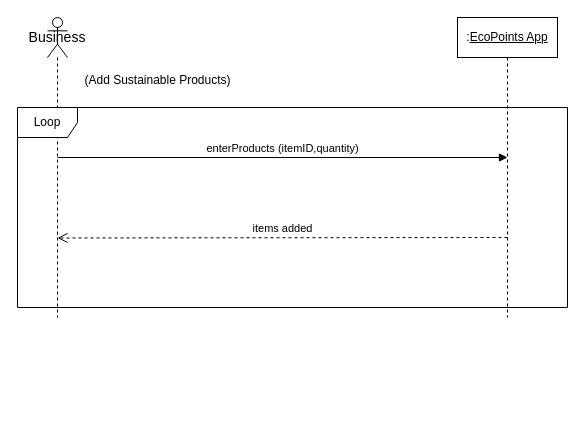
Before: Untitled Diagram.drawio in biabcp/SSD-Sustainable-Products-, a draw.io diagram. Source tidied: cells renumbered, new cells numbered last; positions are measured from the earlier drawing's top-left corner, leaving out a move shared by most shapes. Both pictures are drawn from the tidied source at 100%, with x=0, y=0 at pixel (17, 17).
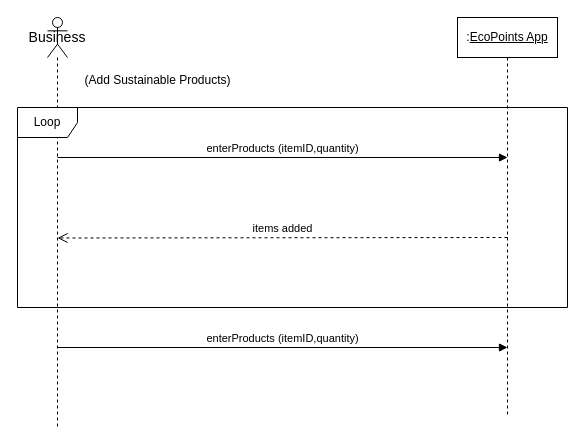
The same page after the edit.

Commit message:
Sustainable Products SSD.drawio

What changed in the source:
```diff
@@
 <mxGraphModel>
   <root>
     <mxCell id="0" />
     <mxCell id="1" parent="0" />
     <mxCell id="2" value=":&lt;u&gt;EcoPoints App&lt;/u&gt;" style="shape=umlLifeline;perimeter=lifelinePerimeter;whiteSpace=wrap;html=1;newEdgeStyle={&quot;curved&quot;:0,&quot;rounded&quot;:0};" parent="1" vertex="1">
-      <mxGeometry x="440" width="100" height="300" as="geometry" />
+      <mxGeometry x="440" width="100" height="400" as="geometry" />
     </mxCell>
     <mxCell id="3" value="&lt;font style=&quot;font-size: 14px;&quot;&gt;Business&lt;/font&gt;" style="shape=umlLifeline;perimeter=lifelinePerimeter;whiteSpace=wrap;html=1;newEdgeStyle={&quot;curved&quot;:0,&quot;rounded&quot;:0};participant=umlActor;" parent="1" vertex="1">
-      <mxGeometry x="30" width="20" height="300" as="geometry" />
+      <mxGeometry x="30" width="20" height="410" as="geometry" />
     </mxCell>
     <mxCell id="4" value="(Add Sustainable Products)" style="text;html=1;align=center;verticalAlign=middle;strokeColor=none;fillColor=none;" parent="1" vertex="1">
       <mxGeometry x="55" y="48" width="170" height="30" as="geometry" />
     </mxCell>
     <mxCell id="5" value="items added" style="html=1;verticalAlign=bottom;endArrow=open;dashed=1;endSize=8;curved=0;rounded=0;" parent="1" edge="1">
       <mxGeometry relative="1" as="geometry">
         <mxPoint x="490" y="220" as="sourcePoint" />
         <mxPoint x="40" y="220.5" as="targetPoint" />
       </mxGeometry>
     </mxCell>
     <mxCell id="6" value="enterProducts (itemID,quantity)" style="html=1;verticalAlign=bottom;endArrow=block;curved=0;rounded=0;" parent="1" edge="1">
       <mxGeometry relative="1" as="geometry">
         <mxPoint x="40" y="140" as="sourcePoint" />
         <mxPoint x="490" y="140" as="targetPoint" />
       </mxGeometry>
     </mxCell>
     <mxCell id="7" value="Loop" style="shape=umlFrame;whiteSpace=wrap;html=1;" parent="1" vertex="1">
       <mxGeometry y="90" width="550" height="200" as="geometry" />
     </mxCell>
+    <mxCell id="8" value="enterProducts (itemID,quantity)" style="html=1;verticalAlign=bottom;endArrow=block;curved=0;rounded=0;" parent="1" edge="1">
+      <mxGeometry relative="1" as="geometry">
+        <mxPoint x="40" y="330" as="sourcePoint" />
+        <mxPoint x="490" y="330" as="targetPoint" />
+      </mxGeometry>
+    </mxCell>
   </root>
 </mxGraphModel>
```
